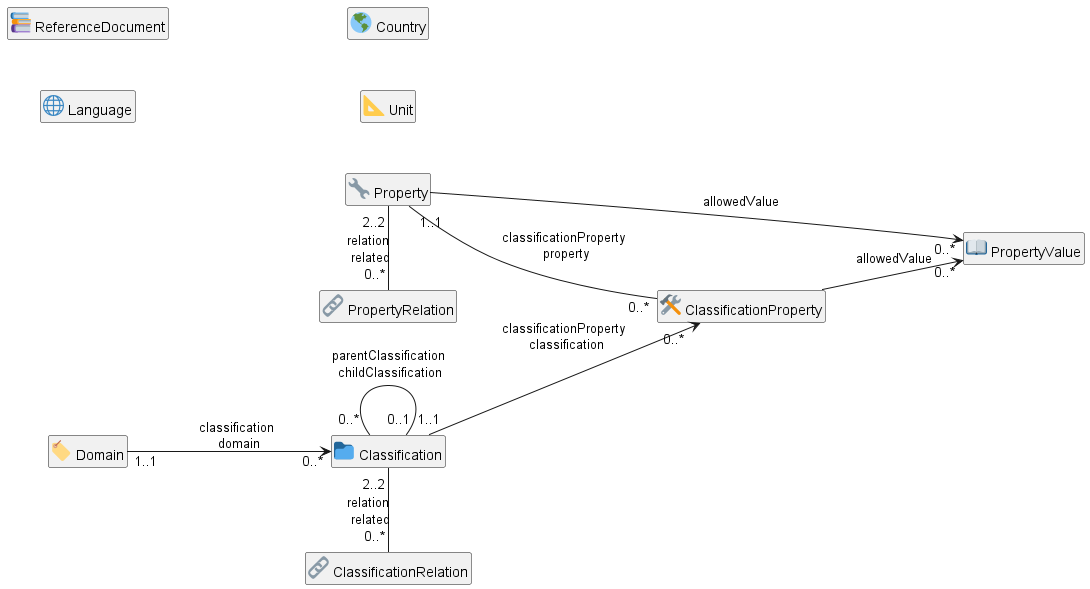
The PlantUML diagram img/bsdd-graphql-soml-diagram-overview.png in Accord-Project/bsdd, before a commit.
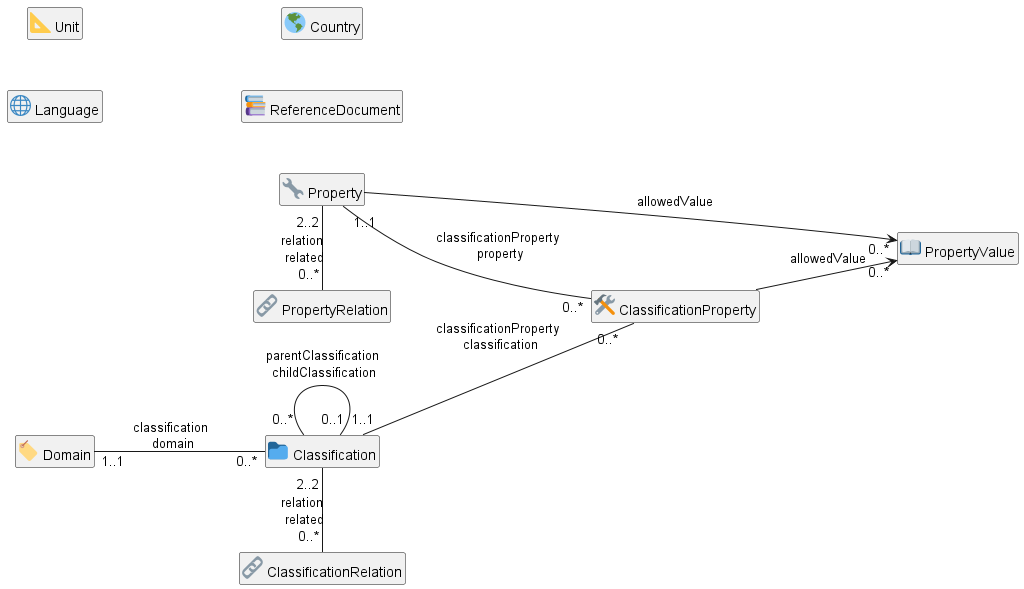
Above is the later version.

Commit message:
add `id, name` to every node

Change to the diagram source:
```diff
@@ -4,23 +4,23 @@
 left to right direction
 skinparam nodesep 50
 
-class "<:books:> ReferenceDocument" as ReferenceDocument
+class "<:triangular_ruler:> Unit" as Unit
 class "<:globe_with_meridians:> Language" as Language
 class "<:earth_americas:> Country" as Country
-class "<:triangular_ruler:> Unit" as Unit
+class "<:books:> ReferenceDocument" as ReferenceDocument
 class "<:label:> Domain" as Domain
+class "<:file_folder:> Classification" as Classification
 class "<:wrench:> Property" as Property
-class "<:file_folder:> Classification" as Classification
 class "<:link:> PropertyRelation" as PropertyRelation
 class "<:link:> ClassificationRelation" as ClassificationRelation
 class "<:hammer_and_wrench:> ClassificationProperty" as ClassificationProperty
 class "<:book:> PropertyValue" as PropertyValue
-Domain                     "1..1" -d-> "0..*" Classification             : classification\n domain
-Classification             "1..1" -d-> "0..*" ClassificationProperty     : classificationProperty\n classification
+Domain                     "1..1" -d-  "0..*" Classification             : classification\n domain
+Classification             "1..1" -d-  "0..*" ClassificationProperty     : classificationProperty\n classification
+Classification             "0..*" -d-  "0..1" Classification             : parentClassification\n childClassification
 Classification             "2..2" -r-  "0..*" ClassificationRelation     : relation\n related
-Classification             "0..*" -d-  "0..1" Classification             : parentClassification\n childClassification
-Property                          -d-> "0..*" PropertyValue              : allowedValue
 Property                   "1..1" -d-  "0..*" ClassificationProperty     : classificationProperty\n property
 Property                   "2..2" -r-  "0..*" PropertyRelation           : relation\n related
+Property                          -d-> "0..*" PropertyValue              : allowedValue
 ClassificationProperty            -d-> "0..*" PropertyValue              : allowedValue
 @enduml
```
